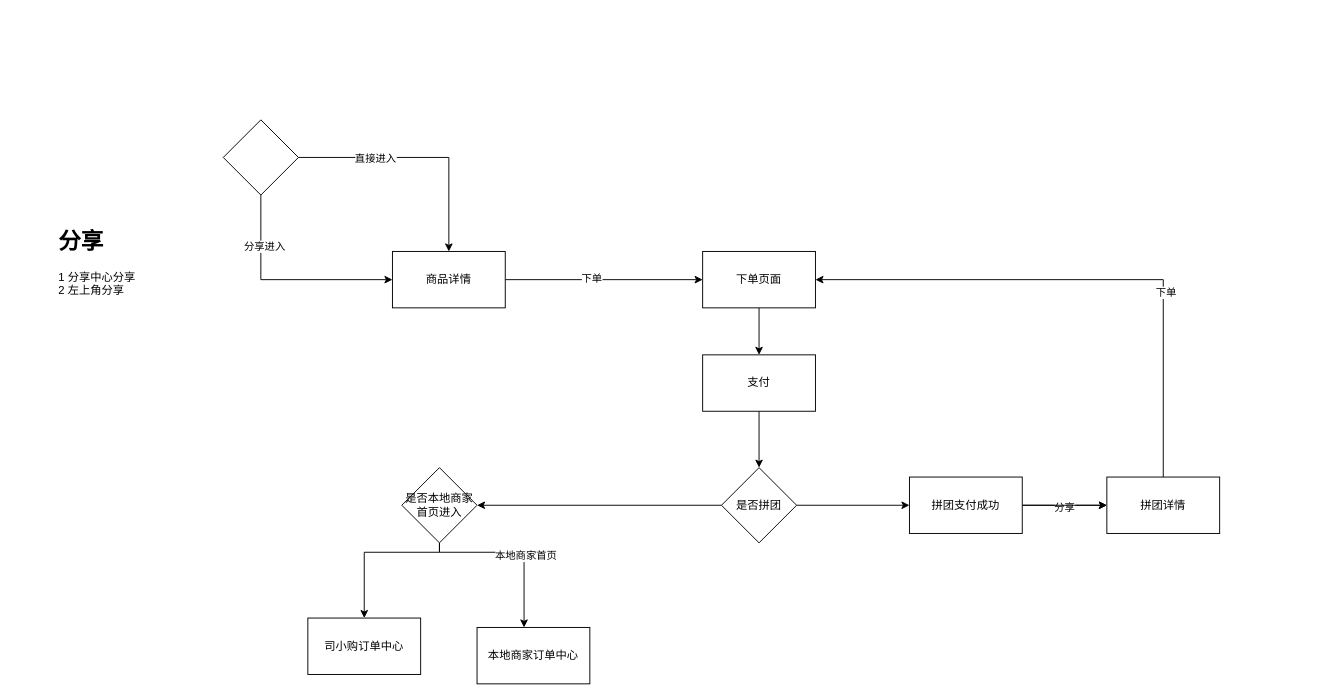
Earlier version of the draw.io diagram 未命名绘图.drawio (zhangfengman/autoJs). Source tidied: cells renumbered, new cells numbered last; positions are measured from the earlier drawing's top-left corner, leaving out a move shared by most shapes. Both pictures are drawn from the tidied source at 94%, with x=0, y=0 at pixel (54, 119).
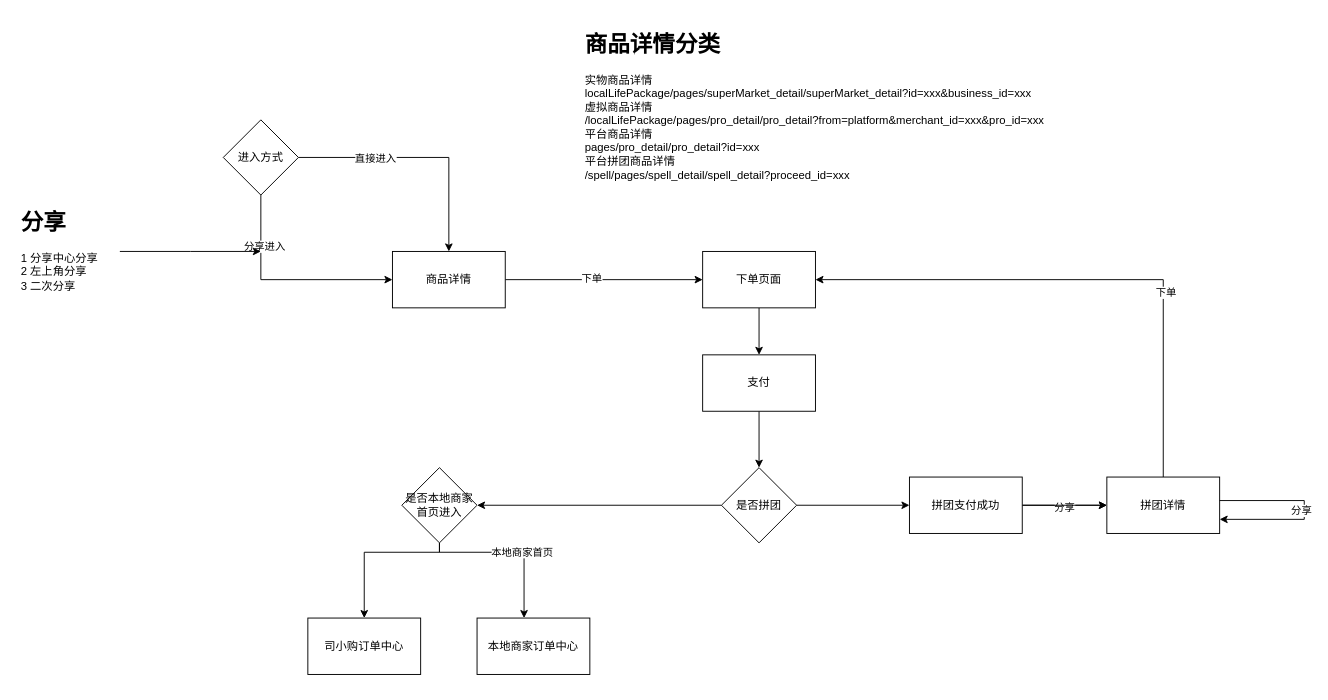
Above is the later version.

What changed in the source:
```diff
@@
     <mxCell id="20" value="本地商家订单中心" style="rounded=0;whiteSpace=wrap;html=1;" parent="1" vertex="1">
-      <mxGeometry x="450" y="540" width="120" height="60" as="geometry" />
+      <mxGeometry x="450" y="530" width="120" height="60" as="geometry" />
     </mxCell>
@@
-    <mxCell id="29" style="rhombus;whiteSpace=wrap;html=1;" parent="1" vertex="1">
+    <mxCell id="29" value="进入方式" style="rhombus;whiteSpace=wrap;html=1;" parent="1" vertex="1">
       <mxGeometry x="180" width="80" height="80" as="geometry" />
     </mxCell>
+    <mxCell id="31" style="edgeStyle=orthogonalEdgeStyle;rounded=0;jettySize=auto;html=1;" parent="1" edge="1" source="30">
+      <mxGeometry relative="1" as="geometry">
+        <mxPoint x="220" y="140" as="targetPoint" />
+      </mxGeometry>
+    </mxCell>
-    <mxCell id="30" value="&lt;h1&gt;分享&lt;/h1&gt;&lt;div&gt;1 分享中心分享&lt;/div&gt;&lt;div&gt;2 左上角分享&lt;/div&gt;" style="text;html=1;strokeColor=none;fillColor=none;spacing=5;spacingTop=-20;whiteSpace=wrap;overflow=hidden;rounded=0;" parent="1" vertex="1">
-      <mxGeometry y="110" width="190" height="120" as="geometry" />
+    <mxCell id="30" value="&lt;h1&gt;分享&lt;/h1&gt;&lt;div&gt;1 分享中心分享&lt;/div&gt;&lt;div&gt;2 左上角分享&lt;/div&gt;&lt;div&gt;3 二次分享&lt;/div&gt;" style="text;html=1;strokeColor=none;fillColor=none;spacing=5;spacingTop=-20;whiteSpace=wrap;overflow=hidden;rounded=0;" parent="1" vertex="1">
+      <mxGeometry x="-40" y="90" width="110" height="100" as="geometry" />
     </mxCell>
+    <mxCell id="32" style="edgeStyle=orthogonalEdgeStyle;rounded=0;orthogonalLoop=1;jettySize=auto;html=1;elbow=vertical;" parent="1" edge="1">
+      <mxGeometry relative="1" as="geometry">
+        <mxPoint x="1240" y="405" as="sourcePoint" />
+        <mxPoint x="1240" y="425" as="targetPoint" />
+        <Array as="points">
+          <mxPoint x="1330" y="425" />
+        </Array>
+      </mxGeometry>
+    </mxCell>
+    <mxCell id="33" value="分享" style="edgeLabel;html=1;align=center;verticalAlign=middle;" parent="32" vertex="1">
+      <mxGeometry y="-4" relative="1" as="geometry" />
+    </mxCell>
+    <mxCell id="34" value="&lt;h1&gt;商品详情分类&lt;/h1&gt;&lt;div&gt;&lt;div&gt;实物商品详情&lt;/div&gt;&lt;div&gt;localLifePackage/pages/superMarket_detail/superMarket_detail?id=xxx&amp;amp;business_id=xxx&lt;/div&gt;&lt;div&gt;虚拟商品详情&lt;/div&gt;&lt;div&gt;/localLifePackage/pages/pro_detail/pro_detail?from=platform&amp;amp;merchant_id=xxx&amp;amp;pro_id=xxx&lt;/div&gt;&lt;div&gt;平台商品详情&lt;/div&gt;&lt;div&gt;pages/pro_detail/pro_detail?id=xxx&lt;/div&gt;&lt;div&gt;平台拼团商品详情&lt;/div&gt;&lt;div&gt;/spell/pages/spell_detail/spell_detail?proceed_id=xxx&lt;/div&gt;&lt;/div&gt;" style="text;html=1;strokeColor=none;fillColor=none;spacing=5;spacingTop=-20;whiteSpace=wrap;overflow=hidden;rounded=0;" parent="1" vertex="1">
+      <mxGeometry x="560" y="-100" width="740" height="190" as="geometry" />
+    </mxCell>
```
